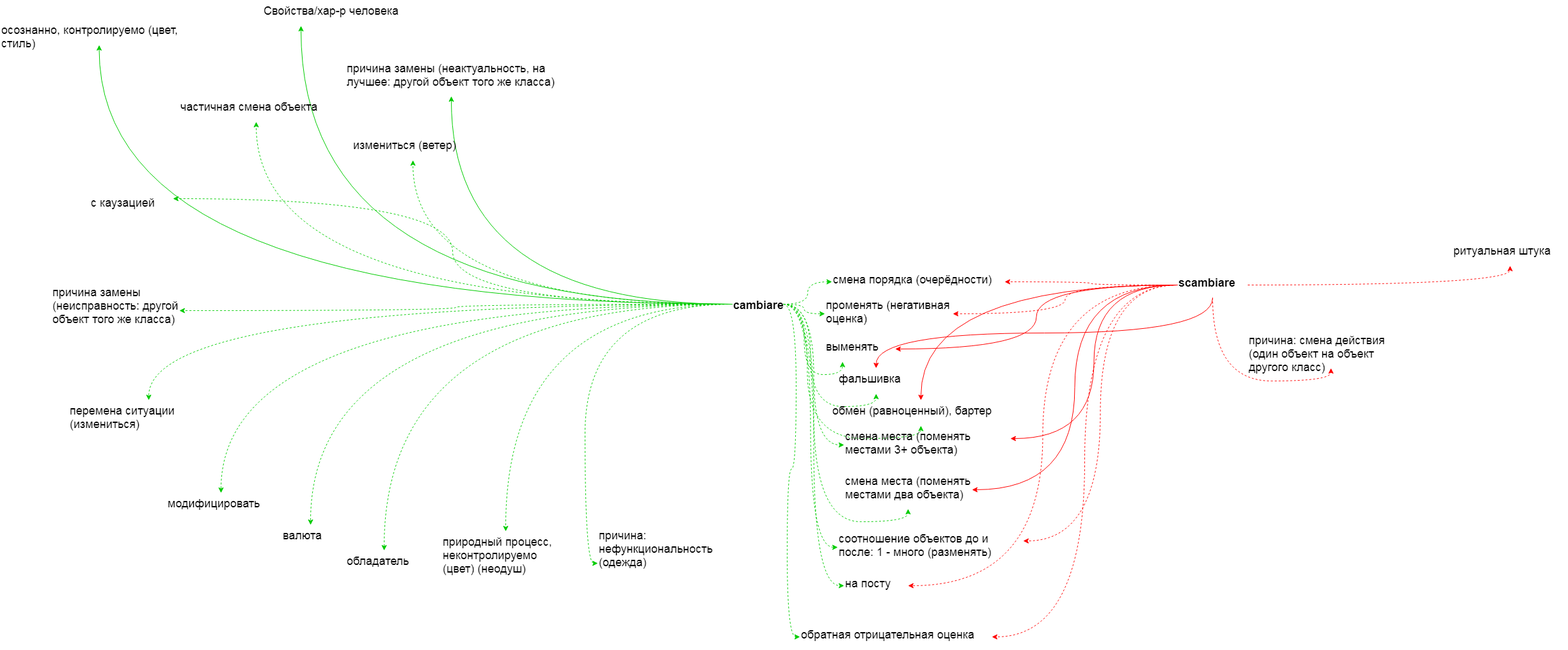
The draw.io diagram итал.png in JanaKoko/try, before a commit. Source tidied: cells renumbered, new cells last; positions are measured from the earlier drawing's top-left corner, leaving out a move shared by most shapes.
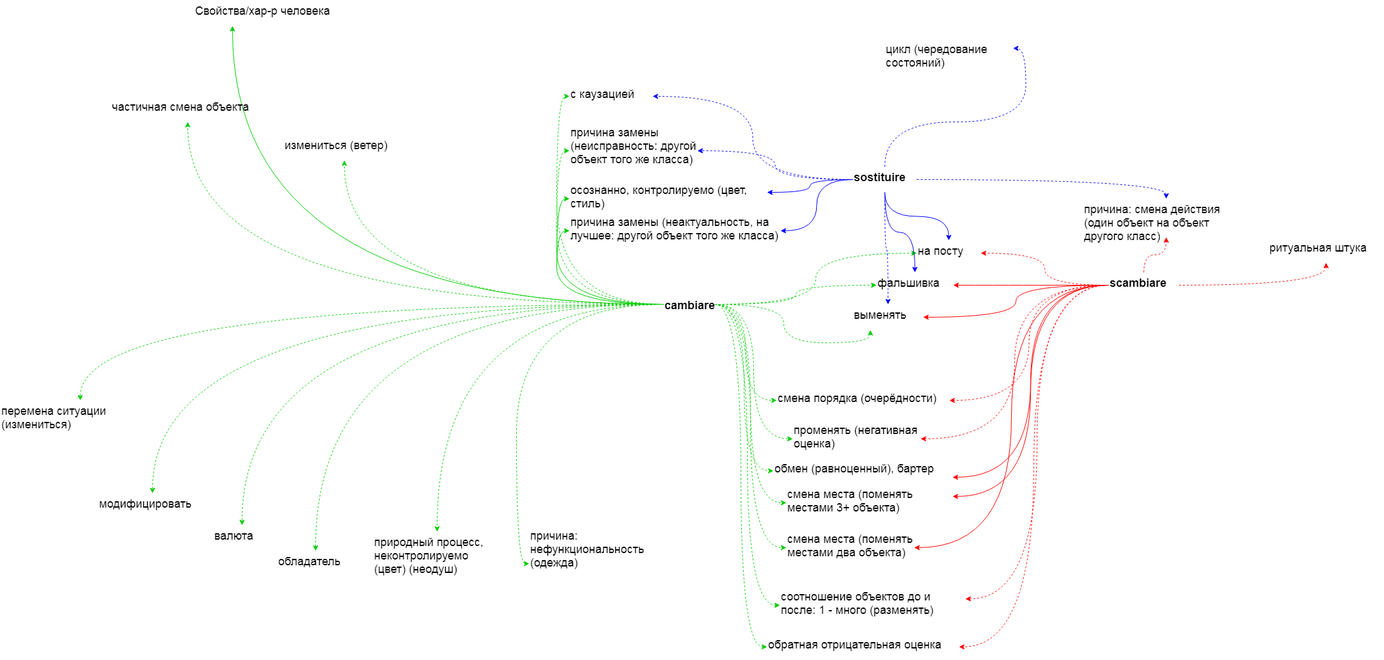
Above is the later version.

Change to the diagram source:
```diff
@@ -5,13 +5,13 @@
     <mxCell id="2" style="edgeStyle=orthogonalEdgeStyle;rounded=0;jettySize=auto;html=1;entryX=0.25;entryY=1;entryDx=0;entryDy=0;fontSize=18;curved=1;strokeColor=#00CC00;" parent="1" edge="1" source="25" target="26">
       <mxGeometry relative="1" as="geometry" />
     </mxCell>
-    <mxCell id="3" style="edgeStyle=orthogonalEdgeStyle;curved=1;rounded=0;jettySize=auto;html=1;fontSize=18;strokeColor=#00CC00;" parent="1" edge="1" source="25" target="27">
+    <mxCell id="3" style="edgeStyle=orthogonalEdgeStyle;curved=1;rounded=0;jettySize=auto;html=1;fontSize=18;strokeColor=#00CC00;entryX=0;entryY=0.5;entryDx=0;entryDy=0;exitX=0;exitY=0.5;exitDx=0;exitDy=0;" parent="1" edge="1" source="25" target="27">
       <mxGeometry relative="1" as="geometry" />
     </mxCell>
-    <mxCell id="4" style="edgeStyle=orthogonalEdgeStyle;curved=1;rounded=0;jettySize=auto;html=1;fontSize=18;strokeColor=#00CC00;" parent="1" edge="1" source="25" target="28">
+    <mxCell id="4" style="edgeStyle=orthogonalEdgeStyle;curved=1;rounded=0;jettySize=auto;html=1;fontSize=18;strokeColor=#00CC00;entryX=0;entryY=0.75;entryDx=0;entryDy=0;exitX=0;exitY=0.5;exitDx=0;exitDy=0;" parent="1" edge="1" source="25" target="28">
       <mxGeometry relative="1" as="geometry" />
     </mxCell>
-    <mxCell id="5" style="edgeStyle=orthogonalEdgeStyle;curved=1;rounded=0;jettySize=auto;html=1;entryX=0.5;entryY=1;entryDx=0;entryDy=0;fontSize=18;dashed=1;strokeColor=#00CC00;" parent="1" edge="1" source="25" target="63">
+    <mxCell id="5" style="edgeStyle=orthogonalEdgeStyle;curved=1;rounded=0;jettySize=auto;html=1;entryX=0;entryY=0.5;entryDx=0;entryDy=0;fontSize=18;dashed=1;strokeColor=#00CC00;" parent="1" edge="1" source="25" target="63">
       <mxGeometry relative="1" as="geometry" />
     </mxCell>
     <mxCell id="6" style="edgeStyle=orthogonalEdgeStyle;curved=1;rounded=0;jettySize=auto;html=1;entryX=0.5;entryY=1;entryDx=0;entryDy=0;dashed=1;fontSize=18;strokeColor=#00CC00;" parent="1" edge="1" source="25" target="40">
@@ -20,10 +20,10 @@
     <mxCell id="7" style="edgeStyle=orthogonalEdgeStyle;curved=1;rounded=0;jettySize=auto;html=1;entryX=0;entryY=0.5;entryDx=0;entryDy=0;dashed=1;fontSize=18;strokeColor=#00CC00;" parent="1" edge="1" source="25" target="46">
       <mxGeometry relative="1" as="geometry" />
     </mxCell>
-    <mxCell id="8" style="edgeStyle=orthogonalEdgeStyle;curved=1;rounded=0;jettySize=auto;html=1;entryX=1;entryY=0.25;entryDx=0;entryDy=0;dashed=1;fontSize=18;strokeColor=#00CC00;" parent="1" edge="1" source="25" target="47">
+    <mxCell id="8" style="edgeStyle=orthogonalEdgeStyle;curved=1;rounded=0;jettySize=auto;html=1;entryX=0;entryY=0.5;entryDx=0;entryDy=0;dashed=1;fontSize=18;strokeColor=#00CC00;exitX=0;exitY=0.5;exitDx=0;exitDy=0;" parent="1" edge="1" source="25" target="47">
       <mxGeometry relative="1" as="geometry" />
     </mxCell>
-    <mxCell id="9" style="edgeStyle=orthogonalEdgeStyle;curved=1;rounded=0;jettySize=auto;html=1;entryX=1;entryY=0.5;entryDx=0;entryDy=0;dashed=1;fontSize=18;strokeColor=#00CC00;" parent="1" edge="1" source="25" target="39">
+    <mxCell id="9" style="edgeStyle=orthogonalEdgeStyle;curved=1;rounded=0;jettySize=auto;html=1;entryX=0;entryY=0.5;entryDx=0;entryDy=0;dashed=1;fontSize=18;strokeColor=#00CC00;exitX=0;exitY=0.5;exitDx=0;exitDy=0;" parent="1" edge="1" source="25" target="39">
       <mxGeometry relative="1" as="geometry" />
     </mxCell>
     <mxCell id="10" style="edgeStyle=orthogonalEdgeStyle;curved=1;rounded=0;jettySize=auto;html=1;entryX=0;entryY=0.5;entryDx=0;entryDy=0;dashed=1;fontSize=18;strokeColor=#00CC00;" parent="1" edge="1" source="25" target="38">
@@ -56,7 +56,7 @@
     <mxCell id="19" style="edgeStyle=orthogonalEdgeStyle;curved=1;rounded=0;jettySize=auto;html=1;entryX=0.25;entryY=1;entryDx=0;entryDy=0;dashed=1;fontSize=18;strokeColor=#00CC00;" parent="1" edge="1" source="25" target="29">
       <mxGeometry relative="1" as="geometry" />
     </mxCell>
-    <mxCell id="20" style="edgeStyle=orthogonalEdgeStyle;curved=1;rounded=0;jettySize=auto;html=1;entryX=0.5;entryY=1;entryDx=0;entryDy=0;dashed=1;strokeColor=#00CC00;fontSize=18;" parent="1" edge="1" source="25" target="45">
+    <mxCell id="20" style="edgeStyle=orthogonalEdgeStyle;curved=1;rounded=0;jettySize=auto;html=1;entryX=0;entryY=0.5;entryDx=0;entryDy=0;dashed=1;strokeColor=#00CC00;fontSize=18;" parent="1" edge="1" source="25" target="45">
       <mxGeometry relative="1" as="geometry" />
     </mxCell>
     <mxCell id="21" style="edgeStyle=orthogonalEdgeStyle;curved=1;rounded=0;jettySize=auto;html=1;entryX=0.5;entryY=1;entryDx=0;entryDy=0;dashed=1;strokeColor=#00CC00;fontSize=18;" parent="1" edge="1" source="25" target="41">
@@ -65,7 +65,7 @@
     <mxCell id="22" style="edgeStyle=orthogonalEdgeStyle;curved=1;rounded=0;jettySize=auto;html=1;entryX=0;entryY=0.5;entryDx=0;entryDy=0;dashed=1;strokeColor=#00CC00;fontSize=18;" parent="1" edge="1" source="25" target="43">
       <mxGeometry relative="1" as="geometry" />
     </mxCell>
-    <mxCell id="23" style="edgeStyle=orthogonalEdgeStyle;curved=1;rounded=0;jettySize=auto;html=1;entryX=0.5;entryY=1;entryDx=0;entryDy=0;dashed=1;strokeColor=#00CC00;fontSize=18;" parent="1" edge="1" source="25" target="42">
+    <mxCell id="23" style="edgeStyle=orthogonalEdgeStyle;curved=1;rounded=0;jettySize=auto;html=1;entryX=0;entryY=0.5;entryDx=0;entryDy=0;dashed=1;strokeColor=#00CC00;fontSize=18;" parent="1" edge="1" source="25" target="42">
       <mxGeometry relative="1" as="geometry" />
     </mxCell>
     <mxCell id="24" style="edgeStyle=orthogonalEdgeStyle;curved=1;rounded=0;jettySize=auto;html=1;entryX=0;entryY=0.5;entryDx=0;entryDy=0;dashed=1;strokeColor=#00CC00;fontSize=18;" parent="1" edge="1" source="25" target="44">
@@ -78,16 +78,16 @@
       <mxGeometry x="410" width="240" height="40" as="geometry" />
     </mxCell>
     <mxCell id="27" value="причина замены (неактуальность, на лучшее: другой объект того же класса)" style="text;whiteSpace=wrap;html=1;fontSize=18;" parent="1" vertex="1">
-      <mxGeometry x="540" y="90" width="330" height="60" as="geometry" />
+      <mxGeometry x="997" y="330" width="330" height="60" as="geometry" />
     </mxCell>
     <mxCell id="28" value="осознанно, контролируемо (цвет, стиль)" style="text;whiteSpace=wrap;html=1;fontSize=18;" parent="1" vertex="1">
-      <mxGeometry y="30" width="309" height="40" as="geometry" />
+      <mxGeometry x="997" y="280" width="309" height="40" as="geometry" />
     </mxCell>
     <mxCell id="29" value="выменять" style="text;whiteSpace=wrap;html=1;fontSize=18;" parent="1" vertex="1">
-      <mxGeometry x="1289" y="525" width="110" height="40" as="geometry" />
+      <mxGeometry x="1440" y="475" width="110" height="40" as="geometry" />
     </mxCell>
     <mxCell id="30" value="смена места (поменять местами 3+ объекта)" style="text;whiteSpace=wrap;html=1;fontSize=18;" parent="1" vertex="1">
-      <mxGeometry x="1319" y="665" width="260" height="40" as="geometry" />
+      <mxGeometry x="1336" y="755" width="260" height="40" as="geometry" />
     </mxCell>
     <mxCell id="31" value="причина: нефункциональность (одежда)" style="text;whiteSpace=wrap;html=1;fontSize=18;" parent="1" vertex="1">
       <mxGeometry x="934" y="820" width="250" height="80" as="geometry" />
@@ -108,13 +108,13 @@
       <mxGeometry x="260" y="770" width="170" height="40" as="geometry" />
     </mxCell>
     <mxCell id="37" value="соотношение объектов до и после: 1 - много (разменять)" style="text;whiteSpace=wrap;html=1;fontSize=18;" parent="1" vertex="1">
-      <mxGeometry x="1309" y="825" width="290" height="40" as="geometry" />
+      <mxGeometry x="1326" y="915" width="290" height="40" as="geometry" />
     </mxCell>
     <mxCell id="38" value="смена порядка (очерёдности)" style="text;whiteSpace=wrap;html=1;fontSize=18;" parent="1" vertex="1">
-      <mxGeometry x="1300" y="420" width="270" height="40" as="geometry" />
+      <mxGeometry x="1321" y="605" width="270" height="40" as="geometry" />
     </mxCell>
     <mxCell id="39" value="причина замены (неисправность: другой объект того же класса)" style="text;whiteSpace=wrap;html=1;fontSize=18;" parent="1" vertex="1">
-      <mxGeometry x="80" y="440" width="200" height="90" as="geometry" />
+      <mxGeometry x="997" y="190" width="200" height="90" as="geometry" />
     </mxCell>
     <mxCell id="40" value="частичная смена объекта" style="text;whiteSpace=wrap;html=1;fontSize=18;" parent="1" vertex="1">
       <mxGeometry x="280" y="150" width="240" height="40" as="geometry" />
@@ -123,27 +123,27 @@
       <mxGeometry x="550" y="210" width="190" height="40" as="geometry" />
     </mxCell>
     <mxCell id="42" value="фальшивка" style="text;whiteSpace=wrap;html=1;fontSize=18;" parent="1" vertex="1">
-      <mxGeometry x="1309" y="575" width="120" height="40" as="geometry" />
+      <mxGeometry x="1477" y="425" width="120" height="40" as="geometry" />
     </mxCell>
     <mxCell id="43" value="обратная отрицательная оценка" style="text;whiteSpace=wrap;html=1;fontSize=18;" parent="1" vertex="1">
-      <mxGeometry x="1250" y="975" width="300" height="40" as="geometry" />
+      <mxGeometry x="1306" y="990" width="300" height="40" as="geometry" />
     </mxCell>
     <mxCell id="44" value="на посту" style="text;whiteSpace=wrap;html=1;fontSize=18;" parent="1" vertex="1">
-      <mxGeometry x="1319" y="895" width="100" height="40" as="geometry" />
+      <mxGeometry x="1540" y="375" width="100" height="40" as="geometry" />
     </mxCell>
     <mxCell id="45" value="обмен (равноценный), бартер" style="text;whiteSpace=wrap;html=1;fontSize=18;" parent="1" vertex="1">
-      <mxGeometry x="1299" y="625" width="280" height="40" as="geometry" />
+      <mxGeometry x="1316" y="715" width="280" height="40" as="geometry" />
     </mxCell>
     <mxCell id="46" value="променять (негативная оценка)" style="text;whiteSpace=wrap;html=1;fontSize=18;" parent="1" vertex="1">
-      <mxGeometry x="1289" y="460" width="200" height="60" as="geometry" />
+      <mxGeometry x="1346" y="655" width="200" height="60" as="geometry" />
     </mxCell>
     <mxCell id="47" value="с каузацией" style="text;whiteSpace=wrap;html=1;fontSize=18;" parent="1" vertex="1">
-      <mxGeometry x="140" y="300" width="130" height="40" as="geometry" />
+      <mxGeometry x="997" y="130" width="130" height="40" as="geometry" />
     </mxCell>
     <mxCell id="48" style="edgeStyle=orthogonalEdgeStyle;curved=1;rounded=0;jettySize=auto;html=1;entryX=1;entryY=0.5;entryDx=0;entryDy=0;strokeColor=#FF0000;fontSize=18;" parent="1" edge="1" source="60" target="30">
       <mxGeometry relative="1" as="geometry" />
     </mxCell>
-    <mxCell id="49" style="edgeStyle=orthogonalEdgeStyle;curved=1;rounded=0;jettySize=auto;html=1;exitX=0.5;exitY=1;exitDx=0;exitDy=0;entryX=0.5;entryY=0;entryDx=0;entryDy=0;strokeColor=#FF0000;fontSize=18;" parent="1" edge="1" source="60" target="42">
+    <mxCell id="49" style="edgeStyle=orthogonalEdgeStyle;curved=1;rounded=0;jettySize=auto;html=1;exitX=0;exitY=0.5;exitDx=0;exitDy=0;entryX=1;entryY=0.5;entryDx=0;entryDy=0;strokeColor=#FF0000;fontSize=18;" parent="1" edge="1" source="60" target="42">
       <mxGeometry relative="1" as="geometry" />
     </mxCell>
     <mxCell id="50" style="edgeStyle=orthogonalEdgeStyle;curved=1;rounded=0;jettySize=auto;html=1;entryX=1;entryY=0.5;entryDx=0;entryDy=0;strokeColor=#FF0000;fontSize=18;" parent="1" edge="1" source="60" target="29">
@@ -152,7 +152,7 @@
     <mxCell id="51" style="edgeStyle=orthogonalEdgeStyle;curved=1;rounded=0;jettySize=auto;html=1;entryX=1;entryY=0.5;entryDx=0;entryDy=0;strokeColor=#FF0000;fontSize=18;" parent="1" edge="1" source="60" target="63">
       <mxGeometry relative="1" as="geometry" />
     </mxCell>
-    <mxCell id="52" style="edgeStyle=orthogonalEdgeStyle;curved=1;rounded=0;jettySize=auto;html=1;strokeColor=#FF0000;fontSize=18;" parent="1" edge="1" source="60" target="45">
+    <mxCell id="52" style="edgeStyle=orthogonalEdgeStyle;curved=1;rounded=0;jettySize=auto;html=1;strokeColor=#FF0000;fontSize=18;entryX=1;entryY=0.75;entryDx=0;entryDy=0;" parent="1" edge="1" source="60" target="45">
       <mxGeometry relative="1" as="geometry" />
     </mxCell>
     <mxCell id="53" style="edgeStyle=orthogonalEdgeStyle;curved=1;rounded=0;jettySize=auto;html=1;entryX=0.5;entryY=1;entryDx=0;entryDy=0;strokeColor=#FF0000;fontSize=18;dashed=1;" parent="1" edge="1" source="60" target="61">
@@ -180,13 +180,46 @@
       <mxGeometry x="1840" y="425" width="110" height="40" as="geometry" />
     </mxCell>
     <mxCell id="61" value="ритуальная штука" style="text;whiteSpace=wrap;html=1;fontSize=18;" parent="1" vertex="1">
-      <mxGeometry x="2270" y="375" width="180" height="40" as="geometry" />
+      <mxGeometry x="2090" y="370" width="180" height="40" as="geometry" />
     </mxCell>
     <mxCell id="62" value="причина: смена действия (один объект на объект другого класс)" style="text;whiteSpace=wrap;html=1;fontSize=18;" parent="1" vertex="1">
-      <mxGeometry x="1950" y="515" width="260" height="60" as="geometry" />
+      <mxGeometry x="1800" y="310" width="260" height="60" as="geometry" />
     </mxCell>
     <mxCell id="63" value="смена места (поменять местами два объекта)" style="text;whiteSpace=wrap;html=1;fontSize=18;" parent="1" vertex="1">
-      <mxGeometry x="1319" y="735" width="200" height="60" as="geometry" />
+      <mxGeometry x="1336" y="825" width="200" height="60" as="geometry" />
     </mxCell>
+    <mxCell id="64" style="edgeStyle=orthogonalEdgeStyle;curved=1;rounded=0;jettySize=auto;html=1;entryX=1;entryY=0.5;entryDx=0;entryDy=0;strokeColor=#0000FF;fontSize=18;" parent="1" edge="1" source="73" target="28">
+      <mxGeometry relative="1" as="geometry" />
+    </mxCell>
+    <mxCell id="65" style="edgeStyle=orthogonalEdgeStyle;curved=1;rounded=0;jettySize=auto;html=1;entryX=0.5;entryY=0;entryDx=0;entryDy=0;strokeColor=#0000FF;fontSize=18;" parent="1" edge="1" source="73" target="44">
+      <mxGeometry relative="1" as="geometry" />
+    </mxCell>
+    <mxCell id="66" style="edgeStyle=orthogonalEdgeStyle;curved=1;rounded=0;jettySize=auto;html=1;strokeColor=#0000FF;fontSize=18;" parent="1" edge="1" source="73" target="42">
+      <mxGeometry relative="1" as="geometry" />
+    </mxCell>
+    <mxCell id="67" style="edgeStyle=orthogonalEdgeStyle;curved=1;rounded=0;jettySize=auto;html=1;entryX=1;entryY=0.5;entryDx=0;entryDy=0;strokeColor=#0000FF;fontSize=18;" parent="1" edge="1" source="73" target="27">
+      <mxGeometry relative="1" as="geometry" />
+    </mxCell>
+    <mxCell id="68" style="edgeStyle=orthogonalEdgeStyle;curved=1;rounded=0;jettySize=auto;html=1;entryX=1;entryY=0.5;entryDx=0;entryDy=0;strokeColor=#0000FF;fontSize=18;dashed=1;" parent="1" edge="1" source="73" target="47">
+      <mxGeometry relative="1" as="geometry" />
+    </mxCell>
+    <mxCell id="69" style="edgeStyle=orthogonalEdgeStyle;curved=1;rounded=0;jettySize=auto;html=1;dashed=1;strokeColor=#0000FF;fontSize=18;" parent="1" edge="1" source="73" target="62">
+      <mxGeometry relative="1" as="geometry" />
+    </mxCell>
+    <mxCell id="70" style="edgeStyle=orthogonalEdgeStyle;curved=1;rounded=0;jettySize=auto;html=1;entryX=0.5;entryY=0;entryDx=0;entryDy=0;dashed=1;strokeColor=#0000FF;fontSize=18;" parent="1" edge="1" source="73" target="29">
+      <mxGeometry relative="1" as="geometry" />
+    </mxCell>
+    <mxCell id="71" style="edgeStyle=orthogonalEdgeStyle;curved=1;rounded=0;jettySize=auto;html=1;dashed=1;strokeColor=#0000FF;fontSize=18;entryX=1;entryY=0.5;entryDx=0;entryDy=0;" parent="1" edge="1" source="73" target="39">
+      <mxGeometry relative="1" as="geometry" />
+    </mxCell>
+    <mxCell id="72" style="edgeStyle=orthogonalEdgeStyle;curved=1;rounded=0;jettySize=auto;html=1;entryX=1;entryY=0.25;entryDx=0;entryDy=0;dashed=1;strokeColor=#0000FF;fontSize=18;" parent="1" edge="1" source="73" target="74">
+      <mxGeometry relative="1" as="geometry" />
+    </mxCell>
+    <mxCell id="73" value="sostituire" style="text;whiteSpace=wrap;html=1;fontSize=18;fontStyle=1;" parent="1" vertex="1">
+      <mxGeometry x="1440" y="260" width="100" height="40" as="geometry" />
+    </mxCell>
+    <mxCell id="74" value="цикл (чередование состояний)" style="text;whiteSpace=wrap;html=1;fontSize=18;" parent="1" vertex="1">
+      <mxGeometry x="1489.5" y="60" width="201" height="60" as="geometry" />
+    </mxCell>
   </root>
 </mxGraphModel>
```
